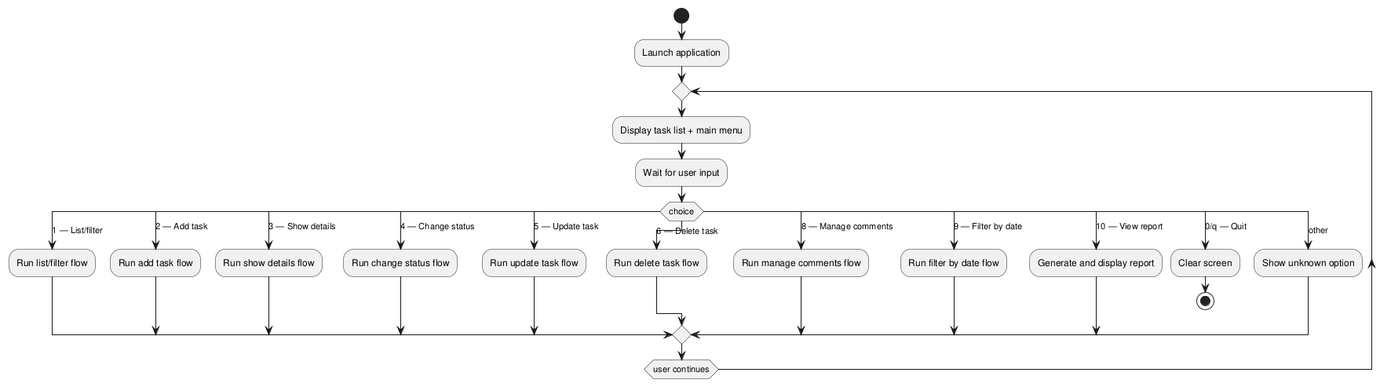
Earlier version of the PlantUML export experiments/broadcast/user_stories/TODO/artifacts/activity_diagram.png (DanielRiha8906/Software_autoevolution_using_agents).
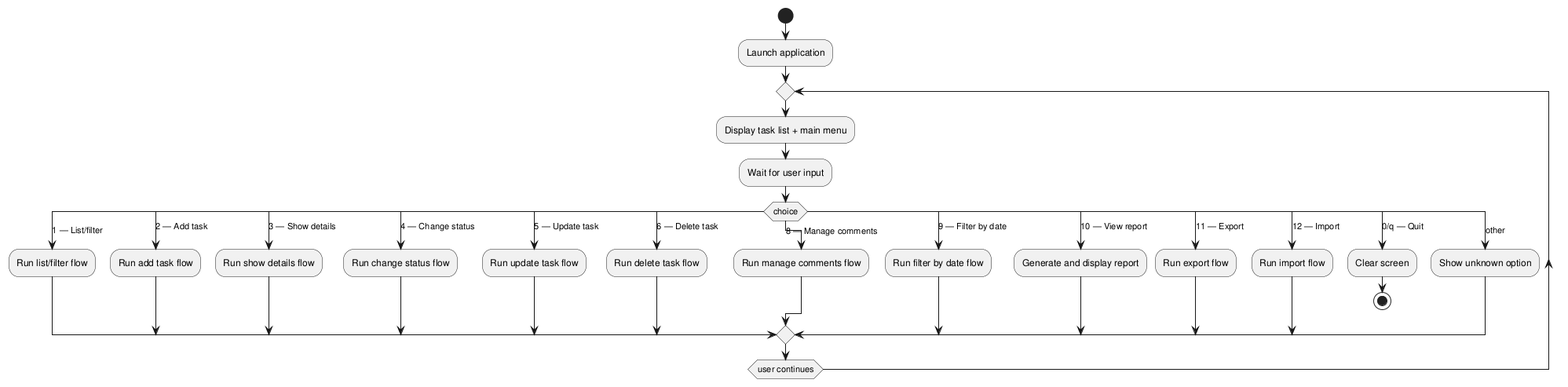
The same diagram one commit later.

Change to the diagram source:
```diff
@@ -26,6 +26,10 @@
       :Run filter by date flow;
     case (10 — View report)
       :Generate and display report;
+    case (11 — Export)
+      :Run export flow;
+    case (12 — Import)
+      :Run import flow;
     case (0/q — Quit)
       :Clear screen;
       stop
```
